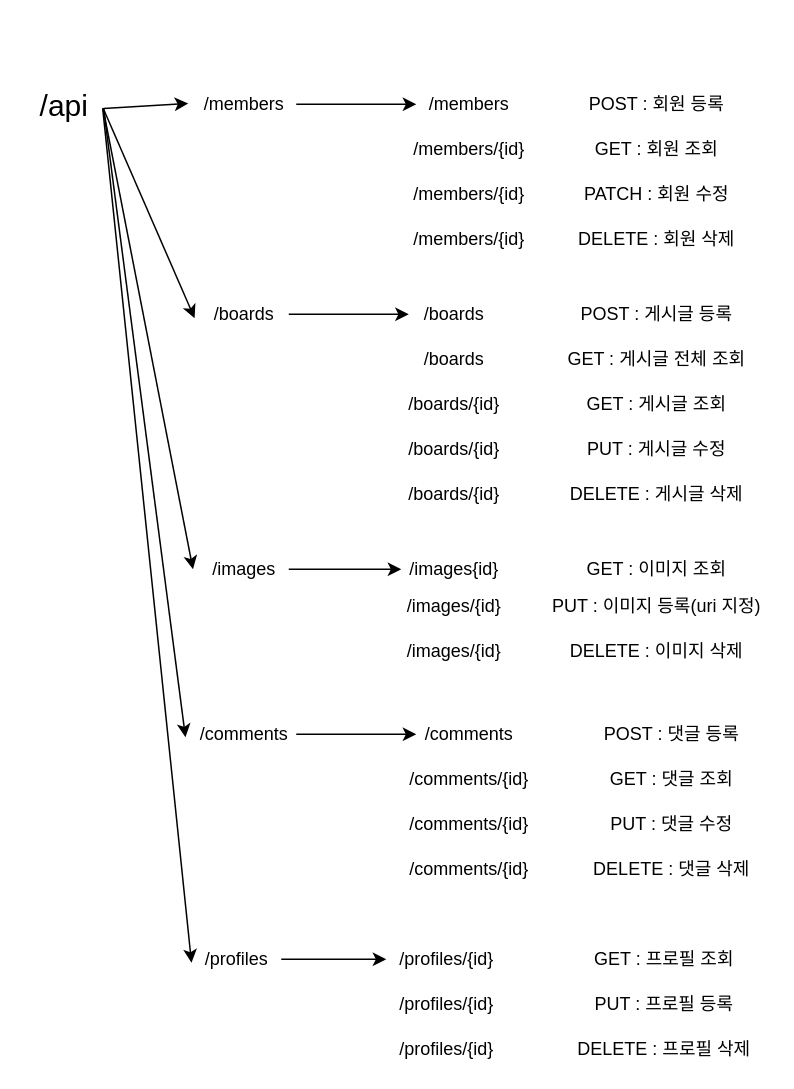
Earlier version of the draw.io diagram page "API 리소스 설정" (8 of 12) of back-end/설계.drawio (hyunmook-lim/chimhaha). Source tidied: cells renumbered, new cells numbered last; positions are measured from the earlier drawing's top-left corner, leaving out a move shared by most shapes. Both pictures are drawn from the tidied source at 150%, with x=0, y=0 at pixel (26, 88).
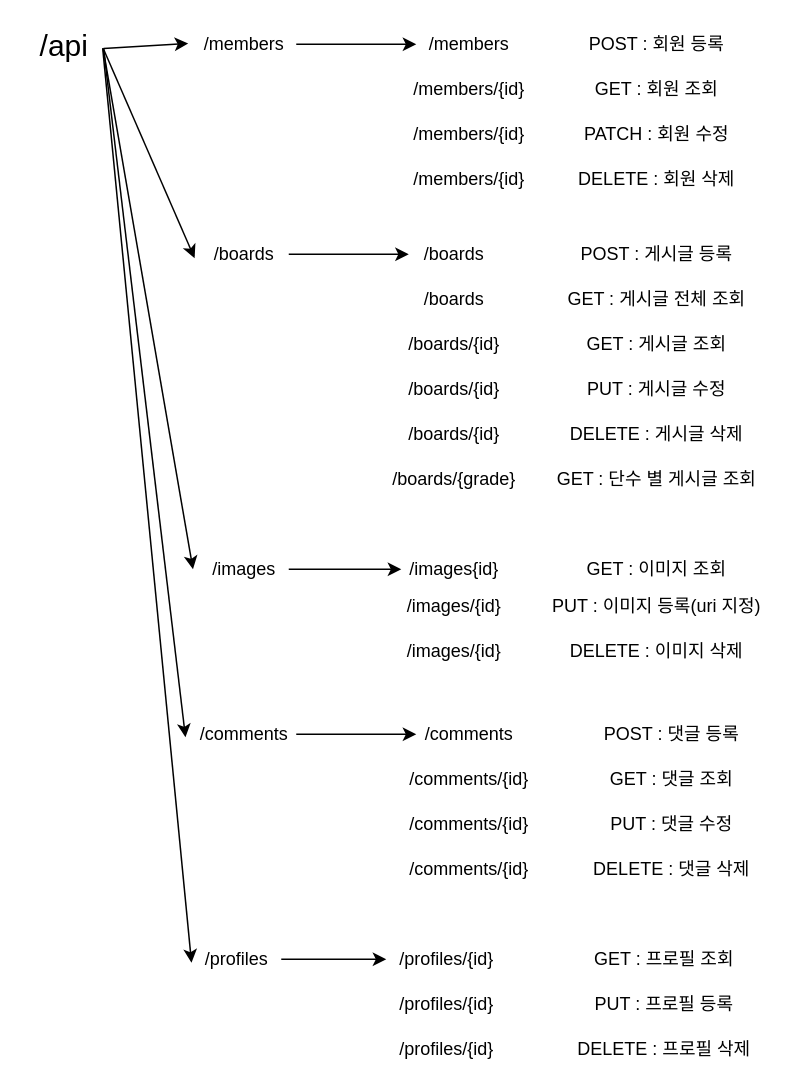
Above is the later version.

What changed in the source:
```diff
@@
     <mxCell id="2" value="&lt;font style=&quot;font-size: 20px;&quot;&gt;/api&lt;/font&gt;" style="text;html=1;align=center;verticalAlign=middle;points=[];strokeColor=none;fillColor=none;" parent="1" vertex="1">
-      <mxGeometry width="50" height="20" as="geometry" />
+      <mxGeometry y="-40" width="50" height="20" as="geometry" />
     </mxCell>
@@
     <mxCell id="4" value="/members" style="text;html=1;align=center;verticalAlign=middle;points=[];strokeColor=none;fillColor=none;" parent="1" vertex="1">
-      <mxGeometry x="110" width="70" height="20" as="geometry" />
+      <mxGeometry x="110" y="-40" width="70" height="20" as="geometry" />
     </mxCell>
@@
     <mxCell id="6" value="/boards" style="text;html=1;align=center;verticalAlign=middle;points=[];strokeColor=none;fillColor=none;" parent="1" vertex="1">
-      <mxGeometry x="115" y="140" width="60" height="20" as="geometry" />
+      <mxGeometry x="115" y="100" width="60" height="20" as="geometry" />
     </mxCell>
@@
     <mxCell id="13" value="/members" style="text;html=1;align=center;verticalAlign=middle;points=[];strokeColor=none;fillColor=none;" parent="1" vertex="1">
-      <mxGeometry x="260" width="70" height="20" as="geometry" />
+      <mxGeometry x="260" y="-40" width="70" height="20" as="geometry" />
     </mxCell>
     <mxCell id="14" value="/members/{id}" style="text;html=1;align=center;verticalAlign=middle;strokeColor=none;fillColor=none;" parent="1" vertex="1">
-      <mxGeometry x="250" y="30" width="90" height="20" as="geometry" />
+      <mxGeometry x="250" y="-10" width="90" height="20" as="geometry" />
     </mxCell>
     <mxCell id="15" value="/members/{id}" style="text;html=1;align=center;verticalAlign=middle;strokeColor=none;fillColor=none;" parent="1" vertex="1">
-      <mxGeometry x="250" y="60" width="90" height="20" as="geometry" />
+      <mxGeometry x="250" y="20" width="90" height="20" as="geometry" />
     </mxCell>
     <mxCell id="16" value="/members/{id}" style="text;html=1;align=center;verticalAlign=middle;strokeColor=none;fillColor=none;" parent="1" vertex="1">
-      <mxGeometry x="250" y="90" width="90" height="20" as="geometry" />
+      <mxGeometry x="250" y="50" width="90" height="20" as="geometry" />
     </mxCell>
     <mxCell id="17" value="/boards" style="text;html=1;align=center;verticalAlign=middle;points=[];strokeColor=none;fillColor=none;" parent="1" vertex="1">
-      <mxGeometry x="255" y="140" width="60" height="20" as="geometry" />
+      <mxGeometry x="255" y="100" width="60" height="20" as="geometry" />
     </mxCell>
     <mxCell id="18" value="/boards" style="text;html=1;align=center;verticalAlign=middle;strokeColor=none;fillColor=none;" parent="1" vertex="1">
-      <mxGeometry x="255" y="170" width="60" height="20" as="geometry" />
+      <mxGeometry x="255" y="130" width="60" height="20" as="geometry" />
     </mxCell>
     <mxCell id="19" value="/boards/{id}" style="text;html=1;align=center;verticalAlign=middle;strokeColor=none;fillColor=none;" parent="1" vertex="1">
-      <mxGeometry x="245" y="200" width="80" height="20" as="geometry" />
+      <mxGeometry x="245" y="160" width="80" height="20" as="geometry" />
     </mxCell>
     <mxCell id="20" value="/boards/{id}" style="text;html=1;align=center;verticalAlign=middle;strokeColor=none;fillColor=none;" parent="1" vertex="1">
-      <mxGeometry x="245" y="230" width="80" height="20" as="geometry" />
+      <mxGeometry x="245" y="190" width="80" height="20" as="geometry" />
     </mxCell>
     <mxCell id="21" value="/boards/{id}" style="text;html=1;align=center;verticalAlign=middle;strokeColor=none;fillColor=none;" parent="1" vertex="1">
-      <mxGeometry x="245" y="260" width="80" height="20" as="geometry" />
+      <mxGeometry x="245" y="220" width="80" height="20" as="geometry" />
     </mxCell>
@@
     <mxCell id="25" value="POST : 회원 등록" style="text;html=1;align=center;verticalAlign=middle;strokeColor=none;fillColor=none;" parent="1" vertex="1">
-      <mxGeometry x="370" width="100" height="20" as="geometry" />
+      <mxGeometry x="370" y="-40" width="100" height="20" as="geometry" />
     </mxCell>
     <mxCell id="26" value="GET : 회원 조회" style="text;html=1;align=center;verticalAlign=middle;strokeColor=none;fillColor=none;" parent="1" vertex="1">
-      <mxGeometry x="375" y="30" width="90" height="20" as="geometry" />
+      <mxGeometry x="375" y="-10" width="90" height="20" as="geometry" />
     </mxCell>
     <mxCell id="27" value="PATCH : 회원 수정" style="text;html=1;align=center;verticalAlign=middle;strokeColor=none;fillColor=none;" parent="1" vertex="1">
-      <mxGeometry x="365" y="60" width="110" height="20" as="geometry" />
+      <mxGeometry x="365" y="20" width="110" height="20" as="geometry" />
     </mxCell>
     <mxCell id="28" value="DELETE : 회원 삭제" style="text;html=1;align=center;verticalAlign=middle;strokeColor=none;fillColor=none;" parent="1" vertex="1">
-      <mxGeometry x="360" y="90" width="120" height="20" as="geometry" />
+      <mxGeometry x="360" y="50" width="120" height="20" as="geometry" />
     </mxCell>
     <mxCell id="29" value="POST : 게시글 등록" style="text;html=1;align=center;verticalAlign=middle;strokeColor=none;fillColor=none;" parent="1" vertex="1">
-      <mxGeometry x="365" y="140" width="110" height="20" as="geometry" />
+      <mxGeometry x="365" y="100" width="110" height="20" as="geometry" />
     </mxCell>
     <mxCell id="30" value="GET : 게시글 전체 조회" style="text;html=1;align=center;verticalAlign=middle;strokeColor=none;fillColor=none;" parent="1" vertex="1">
-      <mxGeometry x="355" y="170" width="130" height="20" as="geometry" />
+      <mxGeometry x="355" y="130" width="130" height="20" as="geometry" />
     </mxCell>
     <mxCell id="31" value="GET : 게시글 조회" style="text;html=1;align=center;verticalAlign=middle;strokeColor=none;fillColor=none;" parent="1" vertex="1">
-      <mxGeometry x="365" y="200" width="110" height="20" as="geometry" />
+      <mxGeometry x="365" y="160" width="110" height="20" as="geometry" />
     </mxCell>
     <mxCell id="32" value="PUT : 게시글 수정" style="text;html=1;align=center;verticalAlign=middle;strokeColor=none;fillColor=none;" parent="1" vertex="1">
-      <mxGeometry x="370" y="230" width="100" height="20" as="geometry" />
+      <mxGeometry x="370" y="190" width="100" height="20" as="geometry" />
     </mxCell>
     <mxCell id="33" value="DELETE : 게시글 삭제" style="text;html=1;align=center;verticalAlign=middle;strokeColor=none;fillColor=none;" parent="1" vertex="1">
-      <mxGeometry x="355" y="260" width="130" height="20" as="geometry" />
+      <mxGeometry x="355" y="220" width="130" height="20" as="geometry" />
     </mxCell>
@@
+    <mxCell id="56" value="/boards/{grade}" style="text;html=1;align=center;verticalAlign=middle;strokeColor=none;fillColor=none;" parent="1" vertex="1">
+      <mxGeometry x="235" y="250" width="100" height="20" as="geometry" />
+    </mxCell>
+    <mxCell id="57" value="GET : 단수 별 게시글 조회" style="text;html=1;align=center;verticalAlign=middle;strokeColor=none;fillColor=none;" parent="1" vertex="1">
+      <mxGeometry x="350" y="250" width="140" height="20" as="geometry" />
+    </mxCell>
```
